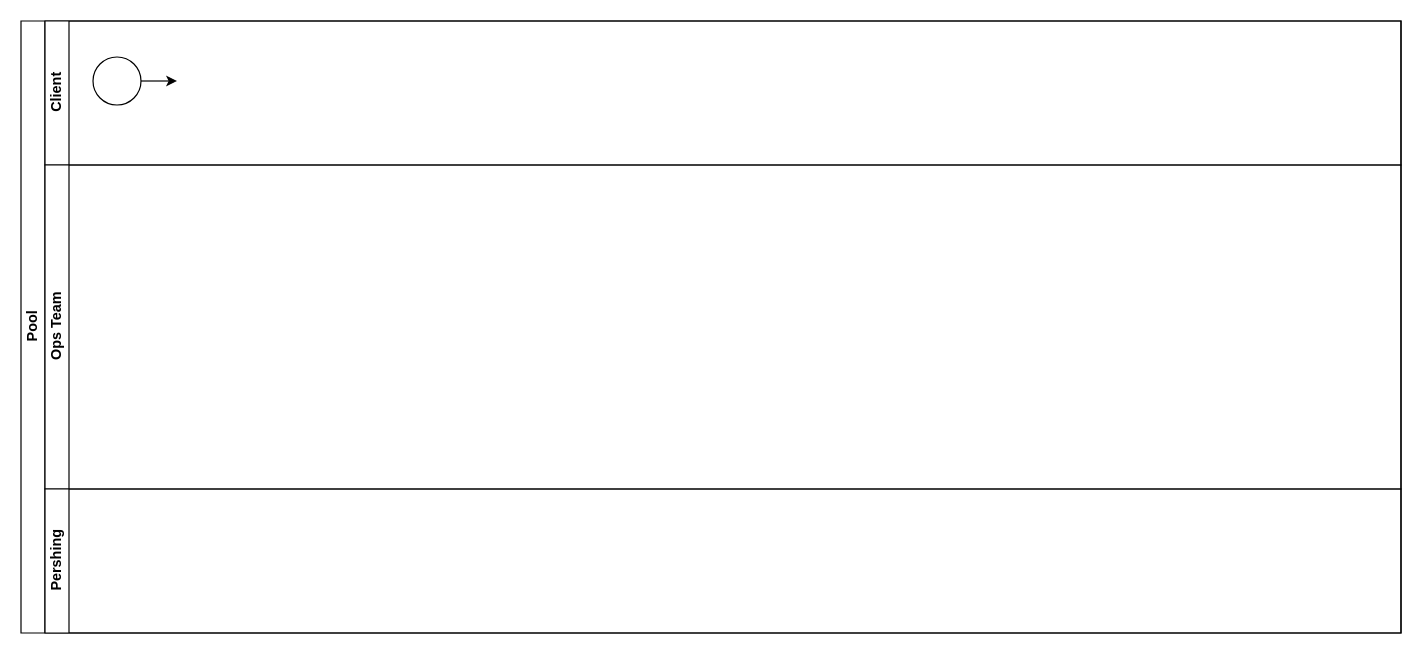
yvetuy/diagrams keeps this draw.io diagram as Test1.drawio. Above is the earlier version. Source tidied: cells renumbered, new cells numbered last; positions are measured from the earlier drawing's top-left corner, leaving out a move shared by most shapes. Both pictures are drawn from the tidied source at 120%, with x=0, y=0 at pixel (20, 20).
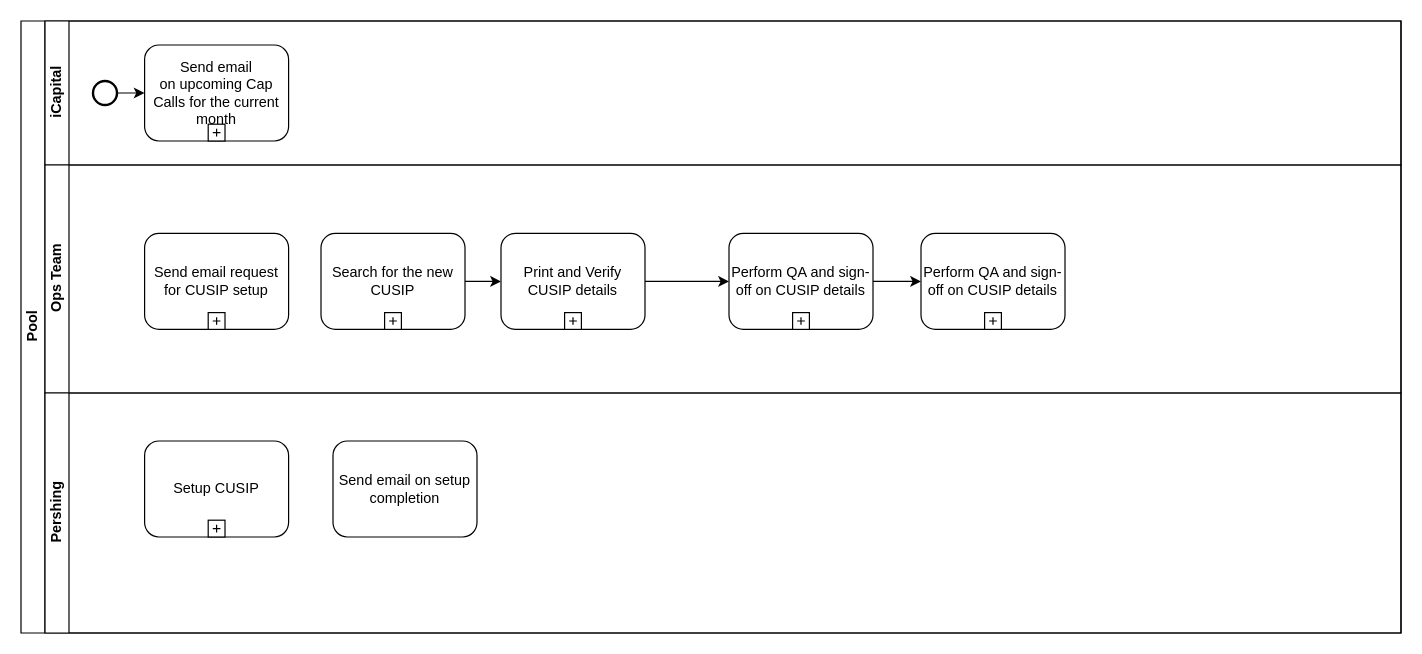
Above is the later version.

Unchanged cells that the change refers to:
```xml
<mxCell id="2" value="Pool" style="swimlane;html=1;horizontal=0;startSize=20;" parent="1" vertex="1">
  <mxGeometry width="1150" height="510" as="geometry" />
</mxCell>
```

What changed in the source:
```diff
@@
-    <mxCell id="3" value="Client" style="swimlane;html=1;startSize=20;horizontal=0;" parent="2" vertex="1">
+    <mxCell id="3" value="iCapital" style="swimlane;html=1;startSize=20;horizontal=0;" parent="2" vertex="1">
       <mxGeometry x="20" width="1130" height="120" as="geometry" />
     </mxCell>
-    <mxCell id="4" style="edgeStyle=orthogonalEdgeStyle;rounded=0;jettySize=auto;html=1;exitX=1;exitY=0.5;exitDx=0;exitDy=0;entryX=0;entryY=0.5;entryDx=0;entryDy=0;" parent="3" edge="1" source="5">
-      <mxGeometry relative="1" as="geometry">
-        <mxPoint x="110" y="50" as="targetPoint" />
-      </mxGeometry>
-    </mxCell>
-    <mxCell id="5" style="ellipse;whiteSpace=wrap;html=1;" parent="3" vertex="1">
-      <mxGeometry x="40" y="30" width="40" height="40" as="geometry" />
-    </mxCell>
+    <mxCell id="8" style="edgeStyle=orthogonalEdgeStyle;rounded=0;jettySize=auto;html=1;" parent="3" edge="1" source="11" target="9">
+      <mxGeometry relative="1" as="geometry" />
+    </mxCell>
+    <mxCell id="9" value="Send email on&amp;nbsp;upcoming Cap Calls for the current month" style="html=1;whiteSpace=wrap;rounded=1;" parent="3" vertex="1">
+      <mxGeometry x="83" y="20" width="120" height="80" as="geometry" />
+    </mxCell>
+    <mxCell id="10" style="html=1;shape=plus;" parent="9" vertex="1">
+      <mxGeometry x="0.5" y="1" width="14" height="14" relative="1" as="geometry">
+        <mxPoint x="-7" y="-14" as="offset" />
+      </mxGeometry>
+    </mxCell>
+    <mxCell id="11" style="strokeWidth=2;html=1;shape=mxgraph.flowchart.start_2;whiteSpace=wrap;" parent="3" vertex="1">
+      <mxGeometry x="40" y="50" width="20" height="20" as="geometry" />
+    </mxCell>
     <mxCell id="6" value="Ops Team" style="swimlane;html=1;startSize=20;horizontal=0;" parent="2" vertex="1">
-      <mxGeometry x="20" y="120" width="1130" height="270" as="geometry" />
+      <mxGeometry x="20" y="120" width="1130" height="190" as="geometry" />
     </mxCell>
+    <mxCell id="12" style="edgeStyle=orthogonalEdgeStyle;rounded=0;jettySize=auto;html=1;" parent="6" edge="1" source="17" target="15">
+      <mxGeometry relative="1" as="geometry" />
+    </mxCell>
+    <mxCell id="13" value="Search for the new CUSIP" style="html=1;whiteSpace=wrap;rounded=1;" parent="6" vertex="1">
+      <mxGeometry x="230" y="57" width="120" height="80" as="geometry" />
+    </mxCell>
+    <mxCell id="14" style="html=1;shape=plus;" parent="13" vertex="1">
+      <mxGeometry x="0.5" y="1" width="14" height="14" relative="1" as="geometry">
+        <mxPoint x="-7" y="-14" as="offset" />
+      </mxGeometry>
+    </mxCell>
+    <mxCell id="15" value="Perform QA and sign-off on CUSIP details" style="html=1;whiteSpace=wrap;rounded=1;" parent="6" vertex="1">
+      <mxGeometry x="730" y="57" width="120" height="80" as="geometry" />
+    </mxCell>
+    <mxCell id="16" style="html=1;shape=plus;" parent="15" vertex="1">
+      <mxGeometry x="0.5" y="1" width="14" height="14" relative="1" as="geometry">
+        <mxPoint x="-7" y="-14" as="offset" />
+      </mxGeometry>
+    </mxCell>
+    <mxCell id="17" value="Perform QA and sign-off on CUSIP details" style="html=1;whiteSpace=wrap;rounded=1;" parent="6" vertex="1">
+      <mxGeometry x="570" y="57" width="120" height="80" as="geometry" />
+    </mxCell>
+    <mxCell id="18" style="html=1;shape=plus;" parent="17" vertex="1">
+      <mxGeometry x="0.5" y="1" width="14" height="14" relative="1" as="geometry">
+        <mxPoint x="-7" y="-14" as="offset" />
+      </mxGeometry>
+    </mxCell>
+    <mxCell id="19" value="Send email&amp;nbsp;request for CUSIP setup" style="html=1;whiteSpace=wrap;rounded=1;" parent="6" vertex="1">
+      <mxGeometry x="83" y="57" width="120" height="80" as="geometry" />
+    </mxCell>
+    <mxCell id="20" style="html=1;shape=plus;" parent="19" vertex="1">
+      <mxGeometry x="0.5" y="1" width="14" height="14" relative="1" as="geometry">
+        <mxPoint x="-7" y="-14" as="offset" />
+      </mxGeometry>
+    </mxCell>
+    <mxCell id="21" style="edgeStyle=orthogonalEdgeStyle;rounded=0;jettySize=auto;html=1;" parent="6" edge="1" source="13" target="23">
+      <mxGeometry relative="1" as="geometry" />
+    </mxCell>
+    <mxCell id="22" style="edgeStyle=orthogonalEdgeStyle;rounded=0;jettySize=auto;html=1;" parent="6" edge="1" source="23" target="17">
+      <mxGeometry relative="1" as="geometry" />
+    </mxCell>
+    <mxCell id="23" value="Print and Verify CUSIP details" style="html=1;whiteSpace=wrap;rounded=1;" parent="6" vertex="1">
+      <mxGeometry x="380" y="57" width="120" height="80" as="geometry" />
+    </mxCell>
+    <mxCell id="24" style="html=1;shape=plus;" parent="23" vertex="1">
+      <mxGeometry x="0.5" y="1" width="14" height="14" relative="1" as="geometry">
+        <mxPoint x="-7" y="-14" as="offset" />
+      </mxGeometry>
+    </mxCell>
     <mxCell id="7" value="Pershing" style="swimlane;html=1;startSize=20;horizontal=0;" parent="2" vertex="1">
-      <mxGeometry x="20" y="390" width="1130" height="120" as="geometry" />
+      <mxGeometry x="20" y="310" width="1130" height="200" as="geometry" />
     </mxCell>
+    <mxCell id="25" value="Setup CUSIP" style="html=1;whiteSpace=wrap;rounded=1;" parent="7" vertex="1">
+      <mxGeometry x="83" y="40" width="120" height="80" as="geometry" />
+    </mxCell>
+    <mxCell id="26" style="html=1;shape=plus;" parent="25" vertex="1">
+      <mxGeometry x="0.5" y="1" width="14" height="14" relative="1" as="geometry">
+        <mxPoint x="-7" y="-14" as="offset" />
+      </mxGeometry>
+    </mxCell>
+    <mxCell id="27" value="Send email on setup completion" style="shape=ext;rounded=1;html=1;whiteSpace=wrap;" parent="7" vertex="1">
+      <mxGeometry x="240" y="40" width="120" height="80" as="geometry" />
+    </mxCell>
```
